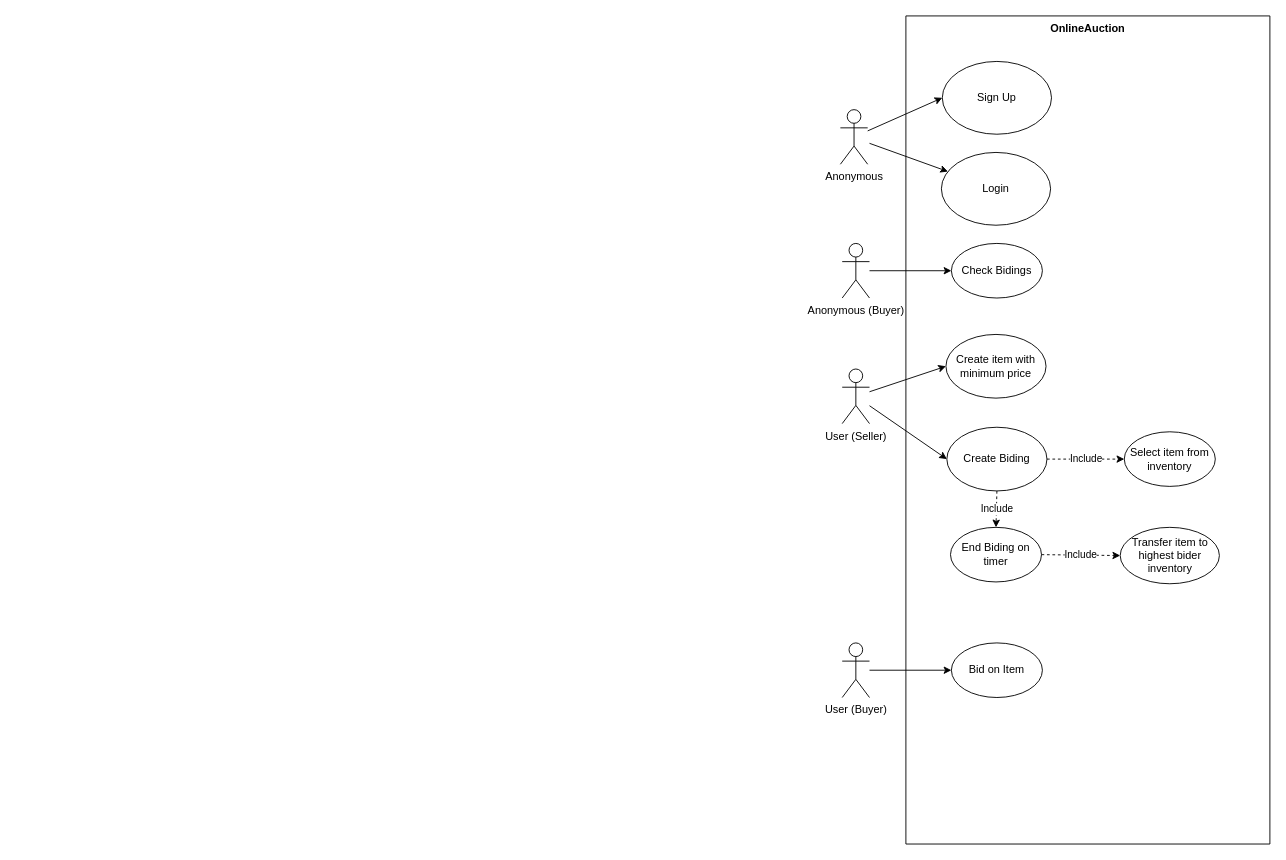
The draw.io diagram Documentation/OnlineAuctionUseCase.drawio in Yousif-FJ/OnlineAuction, before the edit. Source tidied: cells renumbered, new cells numbered last; positions are measured from the earlier drawing's top-left corner, leaving out a move shared by most shapes. Both pictures are drawn from the tidied source at 91%, with x=0, y=0 at pixel (840, 15).
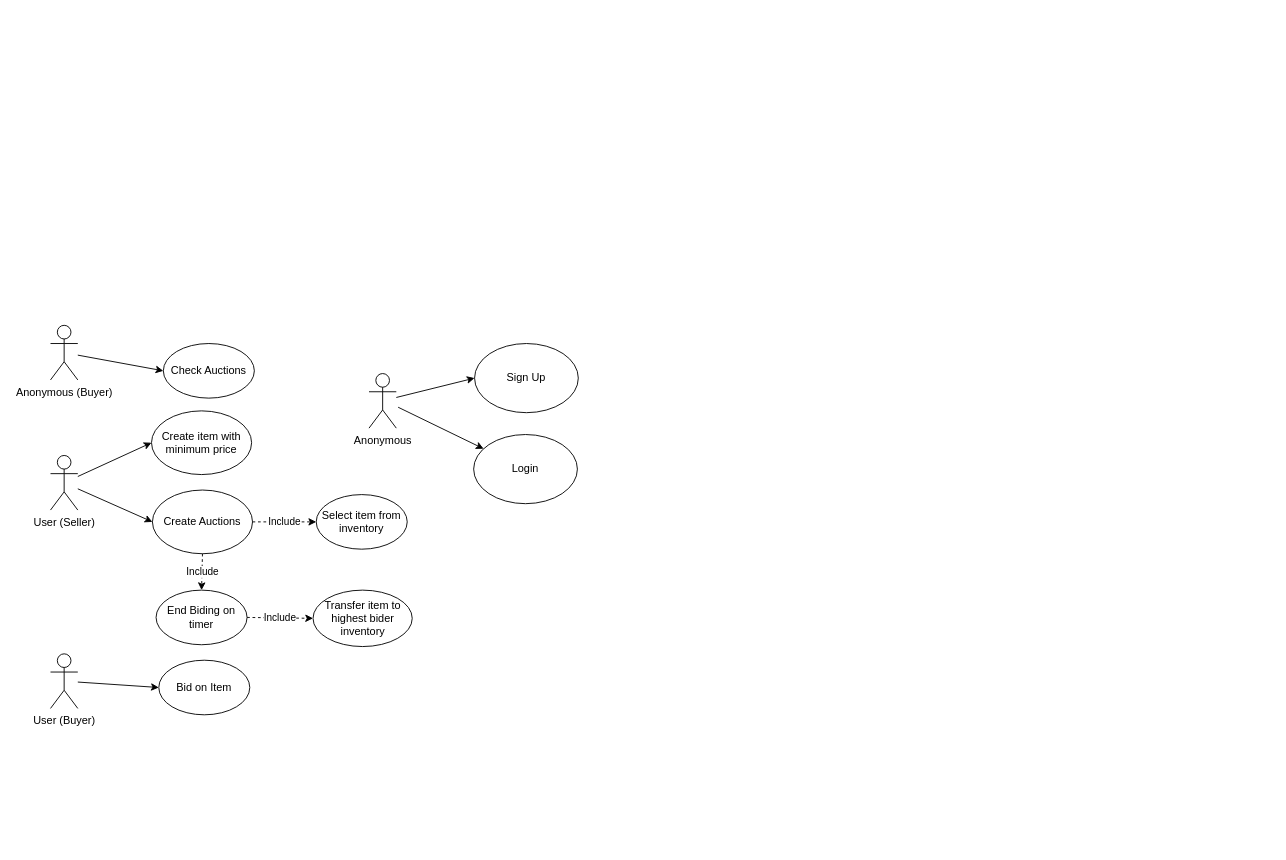
After the change.

Diff of the diagram source:
```diff
@@
-    <mxCell id="2" value="OnlineAuction" style="swimlane;startSize=0;verticalAlign=top;" parent="1" vertex="1">
-      <mxGeometry x="72" width="400" height="910" as="geometry" />
-    </mxCell>
-    <mxCell id="3" value="Create Biding" style="ellipse;whiteSpace=wrap;html=1;" parent="2" vertex="1">
-      <mxGeometry x="45" y="452" width="110" height="70" as="geometry" />
+    <mxCell id="3" value="Create Auctions" style="ellipse;whiteSpace=wrap;html=1;" parent="1" vertex="1">
+      <mxGeometry x="-756" y="521" width="110" height="70" as="geometry" />
     </mxCell>
-    <mxCell id="4" value="Include" style="endArrow=classic;html=1;rounded=0;dashed=1;exitX=1;exitY=0.5;exitDx=0;exitDy=0;entryX=0;entryY=0.5;entryDx=0;entryDy=0;" parent="2" edge="1" source="3" target="5">
+    <mxCell id="4" value="Include" style="endArrow=classic;html=1;rounded=0;dashed=1;exitX=1;exitY=0.5;exitDx=0;exitDy=0;entryX=0;entryY=0.5;entryDx=0;entryDy=0;" parent="1" edge="1" source="3" target="5">
       <mxGeometry relative="1" as="geometry" />
     </mxCell>
-    <mxCell id="5" value="Select item from inventory" style="ellipse;whiteSpace=wrap;html=1;" parent="2" vertex="1">
-      <mxGeometry x="240" y="457" width="100" height="60" as="geometry" />
+    <mxCell id="5" value="Select item from inventory" style="ellipse;whiteSpace=wrap;html=1;" parent="1" vertex="1">
+      <mxGeometry x="-576" y="526" width="100" height="60" as="geometry" />
     </mxCell>
-    <mxCell id="6" value="Check Bidings" style="ellipse;whiteSpace=wrap;html=1;" parent="2" vertex="1">
-      <mxGeometry x="50" y="250" width="100" height="60" as="geometry" />
+    <mxCell id="6" value="Check Auctions" style="ellipse;whiteSpace=wrap;html=1;" parent="1" vertex="1">
+      <mxGeometry x="-744" y="360" width="100" height="60" as="geometry" />
     </mxCell>
-    <mxCell id="7" value="Bid on Item" style="ellipse;whiteSpace=wrap;html=1;" parent="2" vertex="1">
-      <mxGeometry x="50" y="689" width="100" height="60" as="geometry" />
+    <mxCell id="7" value="Bid on Item" style="ellipse;whiteSpace=wrap;html=1;" parent="1" vertex="1">
+      <mxGeometry x="-749" y="708" width="100" height="60" as="geometry" />
     </mxCell>
-    <mxCell id="8" value="End Biding on timer" style="ellipse;whiteSpace=wrap;html=1;" parent="2" vertex="1">
-      <mxGeometry x="49" y="562" width="100" height="60" as="geometry" />
+    <mxCell id="8" value="End Biding on timer" style="ellipse;whiteSpace=wrap;html=1;" parent="1" vertex="1">
+      <mxGeometry x="-752" y="631" width="100" height="60" as="geometry" />
     </mxCell>
-    <mxCell id="9" value="Include" style="endArrow=classic;html=1;rounded=0;dashed=1;exitX=1;exitY=0.5;exitDx=0;exitDy=0;entryX=0;entryY=0.5;entryDx=0;entryDy=0;" parent="2" edge="1" source="8" target="10">
+    <mxCell id="9" value="Include" style="endArrow=classic;html=1;rounded=0;dashed=1;exitX=1;exitY=0.5;exitDx=0;exitDy=0;entryX=0;entryY=0.5;entryDx=0;entryDy=0;" parent="1" edge="1" source="8" target="10">
       <mxGeometry relative="1" as="geometry" />
     </mxCell>
-    <mxCell id="10" value="Transfer item to highest bider inventory" style="ellipse;whiteSpace=wrap;html=1;" parent="2" vertex="1">
-      <mxGeometry x="235.5" y="562" width="109" height="62" as="geometry" />
+    <mxCell id="10" value="Transfer item to highest bider inventory" style="ellipse;whiteSpace=wrap;html=1;" parent="1" vertex="1">
+      <mxGeometry x="-579.5" y="631" width="109" height="62" as="geometry" />
     </mxCell>
-    <mxCell id="11" value="Include" style="endArrow=classic;html=1;rounded=0;dashed=1;exitX=0.5;exitY=1;exitDx=0;exitDy=0;entryX=0.5;entryY=0;entryDx=0;entryDy=0;" parent="2" edge="1" source="3" target="8">
+    <mxCell id="11" value="Include" style="endArrow=classic;html=1;rounded=0;dashed=1;exitX=0.5;exitY=1;exitDx=0;exitDy=0;entryX=0.5;entryY=0;entryDx=0;entryDy=0;" parent="1" edge="1" source="3" target="8">
       <mxGeometry relative="1" as="geometry" />
     </mxCell>
-    <mxCell id="12" value="Create item with minimum price" style="ellipse;whiteSpace=wrap;html=1;" parent="2" vertex="1">
-      <mxGeometry x="44" y="350" width="110" height="70" as="geometry" />
+    <mxCell id="12" value="Create item with minimum price" style="ellipse;whiteSpace=wrap;html=1;" parent="1" vertex="1">
+      <mxGeometry x="-757" y="434" width="110" height="70" as="geometry" />
     </mxCell>
-    <mxCell id="13" value="Sign Up" style="ellipse;whiteSpace=wrap;html=1;" parent="2" vertex="1">
-      <mxGeometry x="40" y="50" width="120" height="80" as="geometry" />
+    <mxCell id="13" value="Sign Up" style="ellipse;whiteSpace=wrap;html=1;" parent="1" vertex="1">
+      <mxGeometry x="-402" y="360" width="114" height="76" as="geometry" />
     </mxCell>
-    <mxCell id="14" value="Login" style="ellipse;whiteSpace=wrap;html=1;" parent="2" vertex="1">
-      <mxGeometry x="39" y="150" width="120" height="80" as="geometry" />
+    <mxCell id="14" value="Login" style="ellipse;whiteSpace=wrap;html=1;" parent="1" vertex="1">
+      <mxGeometry x="-403" y="460" width="114" height="76" as="geometry" />
     </mxCell>
@@
     <mxCell id="16" value="Anonymous (Buyer)" style="shape=umlActor;verticalLabelPosition=bottom;verticalAlign=top;html=1;outlineConnect=0;" parent="1" vertex="1">
-      <mxGeometry x="2" y="250" width="30" height="60" as="geometry" />
+      <mxGeometry x="-868" y="340" width="30" height="60" as="geometry" />
     </mxCell>
@@
     <mxCell id="18" value="User (Buyer)" style="shape=umlActor;verticalLabelPosition=bottom;verticalAlign=top;html=1;outlineConnect=0;" parent="1" vertex="1">
-      <mxGeometry x="2" y="689" width="30" height="60" as="geometry" />
+      <mxGeometry x="-868" y="701" width="30" height="60" as="geometry" />
     </mxCell>
@@
     <mxCell id="20" value="User (Seller)" style="shape=umlActor;verticalLabelPosition=bottom;verticalAlign=top;html=1;outlineConnect=0;" parent="1" vertex="1">
-      <mxGeometry x="2" y="388" width="30" height="60" as="geometry" />
+      <mxGeometry x="-868" y="483" width="30" height="60" as="geometry" />
     </mxCell>
@@
     <mxCell id="22" value="Anonymous" style="shape=umlActor;verticalLabelPosition=bottom;verticalAlign=top;html=1;outlineConnect=0;" parent="1" vertex="1">
-      <mxGeometry y="103" width="30" height="60" as="geometry" />
+      <mxGeometry x="-518" y="393" width="30" height="60" as="geometry" />
     </mxCell>
@@
     <mxCell id="24" style="endArrow=classic;html=1;rounded=0;" parent="1" edge="1" target="14">
       <mxGeometry relative="1" as="geometry">
-        <mxPoint x="32" y="140" as="sourcePoint" />
+        <mxPoint x="-486" y="430" as="sourcePoint" />
       </mxGeometry>
     </mxCell>
```
